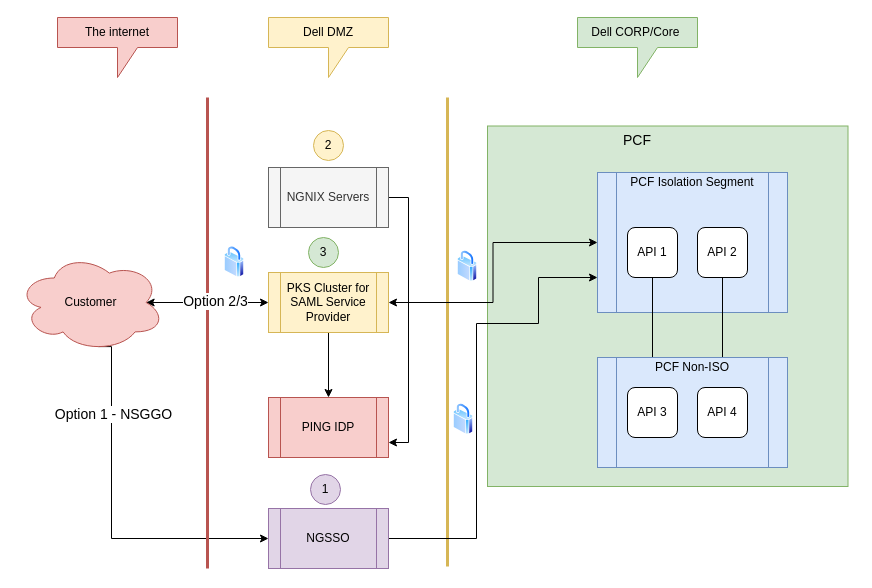
Earlier version of the draw.io diagram PKS-PCF.drawio (rama78/app-config). Source tidied: cells renumbered, new cells numbered last; positions are measured from the earlier drawing's top-left corner, leaving out a move shared by most shapes. Both pictures are drawn from the tidied source at 100%, with x=0, y=0 at pixel (17, 17).
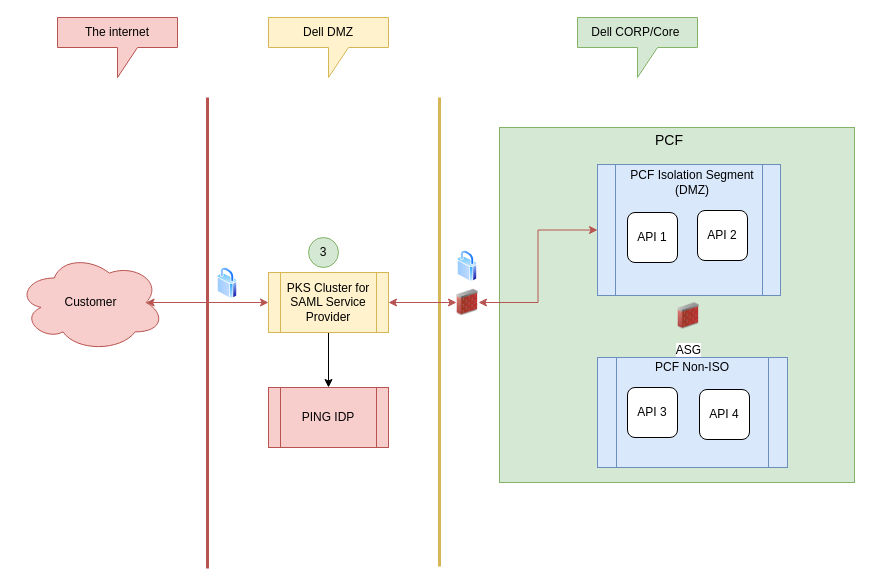
The same diagram, later.

The change refers to these unchanged cells:
```xml
<mxCell id="6" value="Customer" style="ellipse;shape=cloud;whiteSpace=wrap;html=1;fillColor=#f8cecc;strokeColor=#b85450;" parent="1" vertex="1">
  <mxGeometry y="236" width="147" height="98" as="geometry" />
</mxCell>
<mxCell id="7" style="endArrow=none;html=1;strokeWidth=3;fillColor=#f8cecc;strokeColor=#b85450;" parent="1" edge="1">
  <mxGeometry relative="1" as="geometry">
    <mxPoint x="190" y="551" as="sourcePoint" />
    <mxPoint x="190" y="80" as="targetPoint" />
  </mxGeometry>
</mxCell>
<mxCell id="12" value="PKS Cluster for SAML Service Provider" style="shape=process;whiteSpace=wrap;html=1;backgroundOutline=1;fillColor=#fff2cc;strokeColor=#d6b656;" parent="1" vertex="1">
  <mxGeometry x="251" y="255" width="120" height="60" as="geometry" />
</mxCell>
<mxCell id="28" value="API 3" style="rounded=1;whiteSpace=wrap;html=1;" parent="1" vertex="1">
  <mxGeometry x="610" y="370" width="50" height="50" as="geometry" />
</mxCell>
```

What changed in the source:
```diff
@@
     <mxCell id="2" style="whiteSpace=wrap;html=1;fillColor=#d5e8d4;strokeColor=#82b366;" parent="1" vertex="1">
-      <mxGeometry x="470" y="108.5" width="360.5" height="360.5" as="geometry" />
+      <mxGeometry x="482" y="110" width="355" height="355" as="geometry" />
     </mxCell>
-    <mxCell id="3" style="edgeStyle=orthogonalEdgeStyle;rounded=0;jettySize=auto;html=1;strokeWidth=1;exitX=0.875;exitY=0.5;exitDx=0;exitDy=0;exitPerimeter=0;startArrow=classic;startFill=1;" parent="1" edge="1" source="6" target="12">
+    <mxCell id="3" style="edgeStyle=orthogonalEdgeStyle;rounded=0;jettySize=auto;html=1;strokeWidth=1;exitX=0.875;exitY=0.5;exitDx=0;exitDy=0;exitPerimeter=0;startArrow=classic;startFill=1;fillColor=#f8cecc;strokeColor=#b85450;" parent="1" edge="1" source="6" target="12">
       <mxGeometry relative="1" as="geometry" />
     </mxCell>
-    <mxCell id="4" style="edgeStyle=orthogonalEdgeStyle;rounded=0;jettySize=auto;html=1;exitX=0.55;exitY=0.95;exitDx=0;exitDy=0;exitPerimeter=0;entryX=0;entryY=0.5;entryDx=0;entryDy=0;" parent="1" edge="1" source="6" target="35">
-      <mxGeometry relative="1" as="geometry">
-        <Array as="points">
-          <mxPoint x="94" y="521" />
-        </Array>
-      </mxGeometry>
-    </mxCell>
-    <mxCell id="5" value="&lt;font style=&quot;font-size: 14px&quot;&gt;Option 1 - NSGGO&lt;/font&gt;" style="edgeLabel;html=1;align=center;verticalAlign=middle;" parent="4" vertex="1">
-      <mxGeometry x="-0.55" y="1" relative="1" as="geometry" />
-    </mxCell>
@@
-    <mxCell id="8" value="&lt;font style=&quot;font-size: 14px&quot;&gt;Option 2/3&lt;/font&gt;" style="edgeLabel;html=1;align=center;verticalAlign=middle;" parent="7" vertex="1">
-      <mxGeometry x="0.14" y="-7" relative="1" as="geometry" />
-    </mxCell>
     <mxCell id="9" style="endArrow=none;html=1;strokeWidth=3;fillColor=#fff2cc;strokeColor=#d6b656;" parent="1" edge="1">
       <mxGeometry relative="1" as="geometry">
-        <mxPoint x="430" y="549" as="sourcePoint" />
-        <mxPoint x="430" y="80" as="targetPoint" />
+        <mxPoint x="422" y="549" as="sourcePoint" />
+        <mxPoint x="422" y="80" as="targetPoint" />
       </mxGeometry>
     </mxCell>
-    <mxCell id="10" style="edgeStyle=orthogonalEdgeStyle;rounded=0;jettySize=auto;html=1;strokeWidth=1;startArrow=classic;startFill=1;entryX=0;entryY=0.5;entryDx=0;entryDy=0;" parent="1" edge="1" source="12" target="14">
+    <mxCell id="10" style="edgeStyle=orthogonalEdgeStyle;rounded=0;jettySize=auto;html=1;strokeWidth=1;startArrow=classic;startFill=1;entryX=0;entryY=0.5;entryDx=0;entryDy=0;fillColor=#f8cecc;strokeColor=#b85450;" parent="1" edge="1" source="38" target="14">
       <mxGeometry relative="1" as="geometry" />
     </mxCell>
@@
     <mxCell id="13" value="&lt;font style=&quot;font-size: 14px&quot;&gt;PCF&lt;/font&gt;" style="text;html=1;strokeColor=none;fillColor=none;align=center;verticalAlign=middle;whiteSpace=wrap;rounded=0;" parent="1" vertex="1">
-      <mxGeometry x="600" y="113" width="40" height="20" as="geometry" />
+      <mxGeometry x="632" y="113" width="40" height="20" as="geometry" />
     </mxCell>
     <mxCell id="14" style="shape=process;whiteSpace=wrap;html=1;backgroundOutline=1;fillColor=#dae8fc;strokeColor=#6c8ebf;" parent="1" vertex="1">
-      <mxGeometry x="580" y="155" width="190" height="140" as="geometry" />
+      <mxGeometry x="580" y="147" width="183" height="131" as="geometry" />
     </mxCell>
-    <mxCell id="15" style="edgeStyle=orthogonalEdgeStyle;rounded=0;jettySize=auto;html=1;" parent="1" edge="1" source="16" target="28">
-      <mxGeometry relative="1" as="geometry" />
-    </mxCell>
     <mxCell id="16" value="API 1" style="rounded=1;whiteSpace=wrap;html=1;" parent="1" vertex="1">
-      <mxGeometry x="610" y="210" width="50" height="50" as="geometry" />
+      <mxGeometry x="610" y="195" width="50" height="50" as="geometry" />
     </mxCell>
-    <mxCell id="17" style="edgeStyle=orthogonalEdgeStyle;rounded=0;jettySize=auto;html=1;" parent="1" edge="1" source="18" target="29">
-      <mxGeometry relative="1" as="geometry" />
-    </mxCell>
     <mxCell id="18" value="API 2" style="rounded=1;whiteSpace=wrap;html=1;" parent="1" vertex="1">
-      <mxGeometry x="680" y="210" width="50" height="50" as="geometry" />
+      <mxGeometry x="680" y="193" width="50" height="50" as="geometry" />
     </mxCell>
     <mxCell id="19" style="perimeter=ellipsePerimeter;html=1;align=center;shadow=0;dashed=0;spacingTop=3;image;image=img/lib/active_directory/secure.svg;" parent="1" vertex="1">
-      <mxGeometry x="207" y="228.8" width="20" height="31.2" as="geometry" />
+      <mxGeometry x="200" y="250" width="20" height="31.2" as="geometry" />
     </mxCell>
@@
-    <mxCell id="25" value="2" style="ellipse;whiteSpace=wrap;html=1;fillColor=#fff2cc;strokeColor=#d6b656;" parent="1" vertex="1">
-      <mxGeometry x="296" y="113" width="30" height="30" as="geometry" />
-    </mxCell>
     <mxCell id="26" value="PING IDP" style="shape=process;whiteSpace=wrap;html=1;backgroundOutline=1;fillColor=#f8cecc;strokeColor=#b85450;" parent="1" vertex="1">
-      <mxGeometry x="251" y="380" width="120" height="60" as="geometry" />
+      <mxGeometry x="251" y="370" width="120" height="60" as="geometry" />
     </mxCell>
@@
     <mxCell id="29" value="API 4" style="rounded=1;whiteSpace=wrap;html=1;" parent="1" vertex="1">
-      <mxGeometry x="680" y="370" width="50" height="50" as="geometry" />
+      <mxGeometry x="682" y="372" width="50" height="50" as="geometry" />
     </mxCell>
-    <mxCell id="30" value="PCF Isolation Segment" style="text;html=1;strokeColor=none;fillColor=none;align=center;verticalAlign=middle;whiteSpace=wrap;rounded=0;" parent="1" vertex="1">
+    <mxCell id="30" value="PCF Isolation Segment (DMZ)" style="text;html=1;strokeColor=none;fillColor=none;align=center;verticalAlign=middle;whiteSpace=wrap;rounded=0;" parent="1" vertex="1">
       <mxGeometry x="610" y="155" width="130" height="20" as="geometry" />
     </mxCell>
-    <mxCell id="31" style="edgeStyle=orthogonalEdgeStyle;rounded=0;jettySize=auto;html=1;entryX=1;entryY=0.75;entryDx=0;entryDy=0;exitX=1;exitY=0.5;exitDx=0;exitDy=0;" parent="1" edge="1" source="32" target="26">
-      <mxGeometry relative="1" as="geometry" />
-    </mxCell>
-    <mxCell id="32" value="NGNIX Servers" style="shape=process;whiteSpace=wrap;html=1;backgroundOutline=1;fillColor=#f5f5f5;strokeColor=#666666;fontColor=#333333;" parent="1" vertex="1">
-      <mxGeometry x="251" y="150" width="120" height="60" as="geometry" />
-    </mxCell>
@@
-    <mxCell id="34" style="edgeStyle=orthogonalEdgeStyle;rounded=0;jettySize=auto;html=1;entryX=0;entryY=0.75;entryDx=0;entryDy=0;" parent="1" edge="1" source="35" target="14">
-      <mxGeometry relative="1" as="geometry">
-        <Array as="points">
-          <mxPoint x="459" y="521" />
-          <mxPoint x="459" y="306" />
-          <mxPoint x="521" y="306" />
-          <mxPoint x="521" y="260" />
-        </Array>
-      </mxGeometry>
-    </mxCell>
-    <mxCell id="35" value="NGSSO" style="shape=process;whiteSpace=wrap;html=1;backgroundOutline=1;fillColor=#e1d5e7;strokeColor=#9673a6;" parent="1" vertex="1">
-      <mxGeometry x="251" y="491" width="120" height="60" as="geometry" />
-    </mxCell>
-    <mxCell id="36" value="1" style="ellipse;whiteSpace=wrap;html=1;fillColor=#e1d5e7;strokeColor=#9673a6;" parent="1" vertex="1">
-      <mxGeometry x="293" y="457" width="30" height="30" as="geometry" />
-    </mxCell>
-    <mxCell id="37" style="perimeter=ellipsePerimeter;html=1;align=center;shadow=0;dashed=0;spacingTop=3;image;image=img/lib/active_directory/secure.svg;" parent="1" vertex="1">
-      <mxGeometry x="436" y="386" width="20" height="31.2" as="geometry" />
-    </mxCell>
+    <mxCell id="38" style="image;html=1;image=img/lib/clip_art/networking/Firewall_02_128x128.png;" parent="1" vertex="1">
+      <mxGeometry x="439" y="241" width="22" height="88" as="geometry" />
+    </mxCell>
+    <mxCell id="39" style="edgeStyle=orthogonalEdgeStyle;rounded=0;jettySize=auto;html=1;strokeWidth=1;startArrow=classic;startFill=1;entryX=0;entryY=0.5;entryDx=0;entryDy=0;fillColor=#f8cecc;strokeColor=#b85450;" parent="1" edge="1" source="12" target="38">
+      <mxGeometry relative="1" as="geometry" />
+    </mxCell>
+    <mxCell id="40" value="ASG" style="image;html=1;image=img/lib/clip_art/networking/Firewall_02_128x128.png;" parent="1" vertex="1">
+      <mxGeometry x="660" y="278" width="22" height="41" as="geometry" />
+    </mxCell>
```
